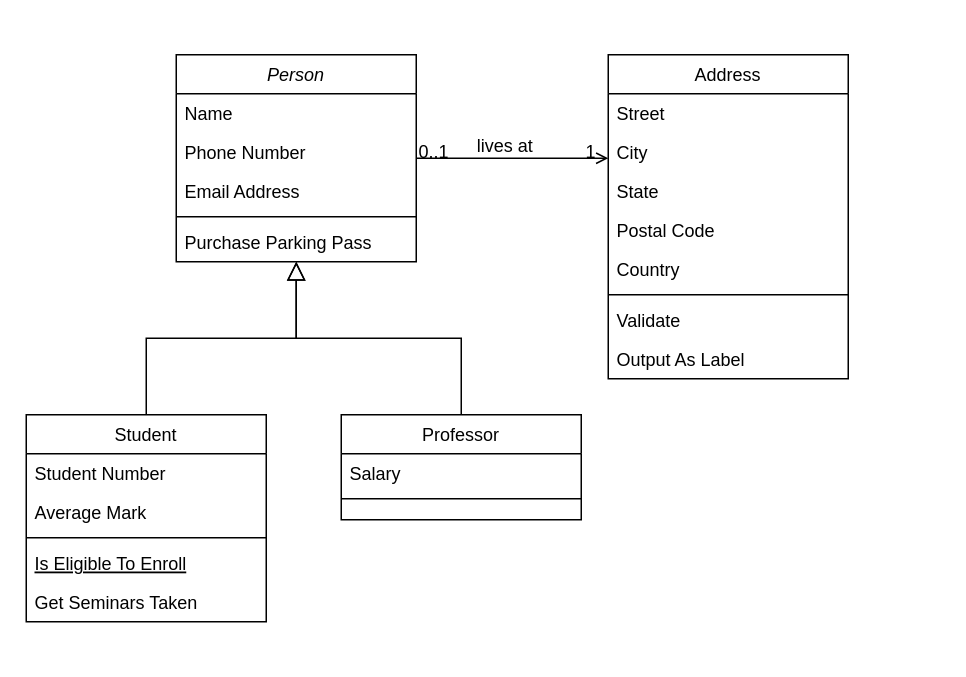
The draw.io diagram Diagrama sin título.drawio in Mayday3003/n-body-simulation-, before the edit. Source tidied: cells renumbered, new cells numbered last; positions are measured from the earlier drawing's top-left corner, leaving out a move shared by most shapes. Both pictures are drawn from the tidied source at 150%, with x=0, y=0 at pixel (26, 54).
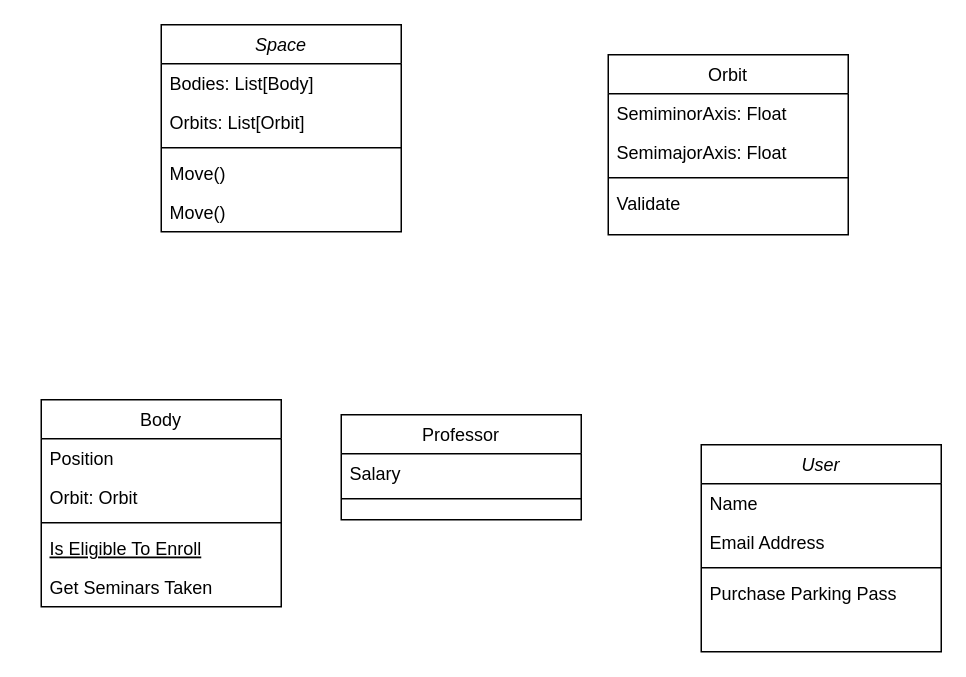
Above is the later version.

The change refers to these unchanged cells:
```xml
<mxCell id="15" value="Professor" style="swimlane;fontStyle=0;align=center;verticalAlign=top;horizontal=1;startSize=26;rounded=0;shadow=0;strokeWidth=1;" parent="1" vertex="1">
  <mxGeometry x="210" y="240" width="160" height="70" as="geometry" />
</mxCell>
```

Diff of the diagram source:
```diff
@@
-    <mxCell id="2" value="Person" style="swimlane;fontStyle=2;align=center;verticalAlign=top;horizontal=1;startSize=26;rounded=0;shadow=0;strokeWidth=1;" parent="1" vertex="1">
-      <mxGeometry x="100" width="160" height="138" as="geometry" />
+    <mxCell id="2" value="Space" style="swimlane;fontStyle=2;align=center;verticalAlign=top;horizontal=1;startSize=26;rounded=0;shadow=0;strokeWidth=1;" parent="1" vertex="1">
+      <mxGeometry x="90" y="-20" width="160" height="138" as="geometry" />
     </mxCell>
-    <mxCell id="3" value="Name" style="text;align=left;verticalAlign=top;spacingLeft=4;spacingRight=4;overflow=hidden;" parent="2" vertex="1">
-      <mxGeometry y="26" width="160" height="26" as="geometry" />
-    </mxCell>
-    <mxCell id="4" value="Phone Number" style="text;align=left;verticalAlign=top;spacingLeft=4;spacingRight=4;overflow=hidden;rounded=0;shadow=0;html=0;" parent="2" vertex="1">
-      <mxGeometry y="52" width="160" height="26" as="geometry" />
-    </mxCell>
-    <mxCell id="5" value="Email Address" style="text;align=left;verticalAlign=top;spacingLeft=4;spacingRight=4;overflow=hidden;rounded=0;shadow=0;html=0;" parent="2" vertex="1">
-      <mxGeometry y="78" width="160" height="26" as="geometry" />
+    <mxCell id="5" value="Bodies: List[Body]" style="text;align=left;verticalAlign=top;spacingLeft=4;spacingRight=4;overflow=hidden;rounded=0;shadow=0;html=0;" parent="2" vertex="1">
+      <mxGeometry y="26" width="160" height="26" as="geometry" />
     </mxCell>
+    <mxCell id="32" value="Orbits: List[Orbit]" style="text;align=left;verticalAlign=top;spacingLeft=4;spacingRight=4;overflow=hidden;rounded=0;shadow=0;html=0;" parent="2" vertex="1">
+      <mxGeometry y="52" width="160" height="26" as="geometry" />
+    </mxCell>
     <mxCell id="6" style="line;html=1;strokeWidth=1;align=left;verticalAlign=middle;spacingTop=-1;spacingLeft=3;spacingRight=3;labelPosition=right;" parent="2" vertex="1">
-      <mxGeometry y="104" width="160" height="8" as="geometry" />
+      <mxGeometry y="78" width="160" height="8" as="geometry" />
     </mxCell>
-    <mxCell id="7" value="Purchase Parking Pass" style="text;align=left;verticalAlign=top;spacingLeft=4;spacingRight=4;overflow=hidden;" parent="2" vertex="1">
-      <mxGeometry y="112" width="160" height="26" as="geometry" />
-    </mxCell>
+    <mxCell id="33" value="Move()" style="text;align=left;verticalAlign=top;spacingLeft=4;spacingRight=4;overflow=hidden;rounded=0;shadow=0;html=0;" parent="2" vertex="1">
+      <mxGeometry y="86" width="160" height="26" as="geometry" />
+    </mxCell>
+    <mxCell id="34" value="Move()" style="text;align=left;verticalAlign=top;spacingLeft=4;spacingRight=4;overflow=hidden;rounded=0;shadow=0;html=0;" parent="2" vertex="1">
+      <mxGeometry y="112" width="160" height="26" as="geometry" />
+    </mxCell>
-    <mxCell id="8" value="Student" style="swimlane;fontStyle=0;align=center;verticalAlign=top;horizontal=1;startSize=26;rounded=0;shadow=0;strokeWidth=1;" parent="1" vertex="1">
-      <mxGeometry y="240" width="160" height="138" as="geometry" />
+    <mxCell id="8" value="Body" style="swimlane;fontStyle=0;align=center;verticalAlign=top;horizontal=1;startSize=26;rounded=0;shadow=0;strokeWidth=1;" parent="1" vertex="1">
+      <mxGeometry x="10" y="230" width="160" height="138" as="geometry" />
     </mxCell>
-    <mxCell id="9" value="Student Number" style="text;align=left;verticalAlign=top;spacingLeft=4;spacingRight=4;overflow=hidden;" parent="8" vertex="1">
+    <mxCell id="9" value="Position" style="text;align=left;verticalAlign=top;spacingLeft=4;spacingRight=4;overflow=hidden;" parent="8" vertex="1">
       <mxGeometry y="26" width="160" height="26" as="geometry" />
     </mxCell>
-    <mxCell id="10" value="Average Mark" style="text;align=left;verticalAlign=top;spacingLeft=4;spacingRight=4;overflow=hidden;rounded=0;shadow=0;html=0;" parent="8" vertex="1">
+    <mxCell id="10" value="Orbit: Orbit" style="text;align=left;verticalAlign=top;spacingLeft=4;spacingRight=4;overflow=hidden;rounded=0;shadow=0;html=0;" parent="8" vertex="1">
       <mxGeometry y="52" width="160" height="26" as="geometry" />
     </mxCell>
@@
-    <mxCell id="14" style="endArrow=block;endSize=10;endFill=0;shadow=0;strokeWidth=1;rounded=0;curved=0;edgeStyle=elbowEdgeStyle;elbow=vertical;" parent="1" edge="1" source="8" target="2">
-      <mxGeometry relative="1" as="geometry" />
-    </mxCell>
@@
-    <mxCell id="18" style="endArrow=block;endSize=10;endFill=0;shadow=0;strokeWidth=1;rounded=0;curved=0;edgeStyle=elbowEdgeStyle;elbow=vertical;" parent="1" edge="1" source="15" target="2">
-      <mxGeometry relative="1" as="geometry" />
-    </mxCell>
-    <mxCell id="19" value="Address" style="swimlane;fontStyle=0;align=center;verticalAlign=top;horizontal=1;startSize=26;rounded=0;shadow=0;strokeWidth=1;" parent="1" vertex="1">
-      <mxGeometry x="388" width="160" height="216" as="geometry" />
+    <mxCell id="19" value="Orbit" style="swimlane;fontStyle=0;align=center;verticalAlign=top;horizontal=1;startSize=26;rounded=0;shadow=0;strokeWidth=1;" parent="1" vertex="1">
+      <mxGeometry x="388" width="160" height="120" as="geometry" />
     </mxCell>
-    <mxCell id="20" value="Street" style="text;align=left;verticalAlign=top;spacingLeft=4;spacingRight=4;overflow=hidden;" parent="19" vertex="1">
+    <mxCell id="20" value="SemiminorAxis: Float" style="text;align=left;verticalAlign=top;spacingLeft=4;spacingRight=4;overflow=hidden;" parent="19" vertex="1">
       <mxGeometry y="26" width="160" height="26" as="geometry" />
     </mxCell>
-    <mxCell id="21" value="City" style="text;align=left;verticalAlign=top;spacingLeft=4;spacingRight=4;overflow=hidden;rounded=0;shadow=0;html=0;" parent="19" vertex="1">
+    <mxCell id="21" value="SemimajorAxis: Float" style="text;align=left;verticalAlign=top;spacingLeft=4;spacingRight=4;overflow=hidden;rounded=0;shadow=0;html=0;" parent="19" vertex="1">
       <mxGeometry y="52" width="160" height="26" as="geometry" />
     </mxCell>
-    <mxCell id="22" value="State" style="text;align=left;verticalAlign=top;spacingLeft=4;spacingRight=4;overflow=hidden;rounded=0;shadow=0;html=0;" parent="19" vertex="1">
-      <mxGeometry y="78" width="160" height="26" as="geometry" />
-    </mxCell>
-    <mxCell id="23" value="Postal Code" style="text;align=left;verticalAlign=top;spacingLeft=4;spacingRight=4;overflow=hidden;rounded=0;shadow=0;html=0;" parent="19" vertex="1">
-      <mxGeometry y="104" width="160" height="26" as="geometry" />
-    </mxCell>
-    <mxCell id="24" value="Country" style="text;align=left;verticalAlign=top;spacingLeft=4;spacingRight=4;overflow=hidden;rounded=0;shadow=0;html=0;" parent="19" vertex="1">
-      <mxGeometry y="130" width="160" height="26" as="geometry" />
-    </mxCell>
     <mxCell id="25" style="line;html=1;strokeWidth=1;align=left;verticalAlign=middle;spacingTop=-1;spacingLeft=3;spacingRight=3;labelPosition=right;" parent="19" vertex="1">
-      <mxGeometry y="156" width="160" height="8" as="geometry" />
+      <mxGeometry y="78" width="160" height="8" as="geometry" />
     </mxCell>
     <mxCell id="26" value="Validate" style="text;align=left;verticalAlign=top;spacingLeft=4;spacingRight=4;overflow=hidden;" parent="19" vertex="1">
-      <mxGeometry y="164" width="160" height="26" as="geometry" />
+      <mxGeometry y="86" width="160" height="26" as="geometry" />
     </mxCell>
-    <mxCell id="27" value="Output As Label" style="text;align=left;verticalAlign=top;spacingLeft=4;spacingRight=4;overflow=hidden;" parent="19" vertex="1">
-      <mxGeometry y="190" width="160" height="26" as="geometry" />
-    </mxCell>
-    <mxCell id="28" style="endArrow=open;shadow=0;strokeWidth=1;rounded=0;curved=0;endFill=1;edgeStyle=elbowEdgeStyle;elbow=vertical;" parent="1" edge="1" source="2" target="19">
-      <mxGeometry x="0.5" y="41" relative="1" as="geometry">
-        <mxPoint x="-40" y="32" as="offset" />
-      </mxGeometry>
-    </mxCell>
-    <mxCell id="29" value="0..1" style="align=left;verticalAlign=bottom;labelBackgroundColor=none;fontSize=12;" parent="28" vertex="1">
-      <mxGeometry x="-1" relative="1" as="geometry">
-        <mxPoint y="4" as="offset" />
-      </mxGeometry>
-    </mxCell>
-    <mxCell id="30" value="1" style="align=right;verticalAlign=bottom;labelBackgroundColor=none;fontSize=12;" parent="28" vertex="1">
-      <mxGeometry x="1" relative="1" as="geometry">
-        <mxPoint x="-7" y="4" as="offset" />
-      </mxGeometry>
-    </mxCell>
-    <mxCell id="31" value="lives at" style="text;html=1;align=center;verticalAlign=middle;labelBackgroundColor=none;rounded=0;shadow=0;strokeWidth=1;fontSize=12;" parent="28" vertex="1">
-      <mxGeometry x="0.5" y="49" relative="1" as="geometry">
-        <mxPoint x="-38" y="40" as="offset" />
-      </mxGeometry>
-    </mxCell>
+    <mxCell id="35" value="User" style="swimlane;fontStyle=2;align=center;verticalAlign=top;horizontal=1;startSize=26;rounded=0;shadow=0;strokeWidth=1;" parent="1" vertex="1">
+      <mxGeometry x="450" y="260" width="160" height="138" as="geometry" />
+    </mxCell>
+    <mxCell id="3" value="Name" style="text;align=left;verticalAlign=top;spacingLeft=4;spacingRight=4;overflow=hidden;" parent="35" vertex="1">
+      <mxGeometry y="26" width="160" height="26" as="geometry" />
+    </mxCell>
+    <mxCell id="36" value="Email Address" style="text;align=left;verticalAlign=top;spacingLeft=4;spacingRight=4;overflow=hidden;rounded=0;shadow=0;html=0;" parent="35" vertex="1">
+      <mxGeometry y="52" width="160" height="26" as="geometry" />
+    </mxCell>
+    <mxCell id="37" style="line;html=1;strokeWidth=1;align=left;verticalAlign=middle;spacingTop=-1;spacingLeft=3;spacingRight=3;labelPosition=right;" parent="35" vertex="1">
+      <mxGeometry y="78" width="160" height="8" as="geometry" />
+    </mxCell>
+    <mxCell id="7" value="Purchase Parking Pass" style="text;align=left;verticalAlign=top;spacingLeft=4;spacingRight=4;overflow=hidden;" parent="35" vertex="1">
+      <mxGeometry y="86" width="160" height="26" as="geometry" />
+    </mxCell>
```
